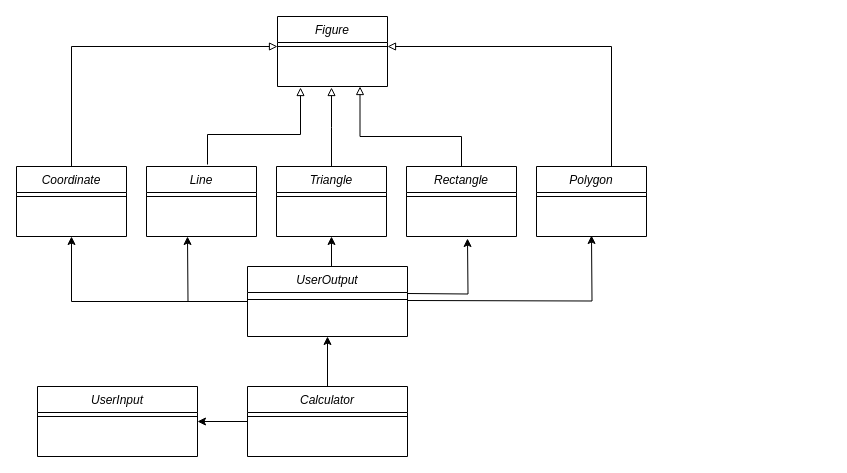
Earlier version of the draw.io diagram page "Page-2" (2 of 4) of Untitled Diagram.drawio (ikjo93/Class-Diagram). Source tidied: cells renumbered, new cells numbered last; positions are measured from the earlier drawing's top-left corner, leaving out a move shared by most shapes. Both pictures are drawn from the tidied source at 100%, with x=0, y=0 at pixel (16, 16).
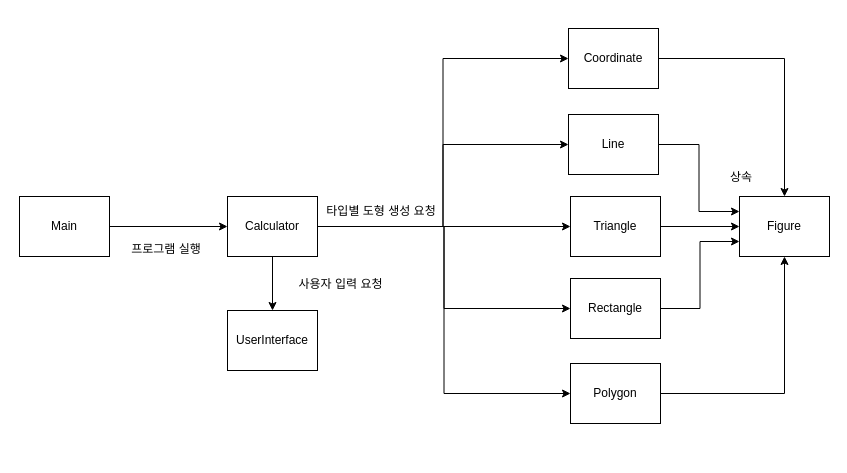
The same diagram, later.

Change to the diagram source:
```diff
@@
-    <mxCell id="2" style="edgeStyle=orthogonalEdgeStyle;rounded=0;jettySize=auto;html=1;entryX=1;entryY=0.5;entryDx=0;entryDy=0;" parent="1" edge="1" source="4" target="6">
-      <mxGeometry relative="1" as="geometry" />
-    </mxCell>
-    <mxCell id="3" style="edgeStyle=orthogonalEdgeStyle;rounded=0;jettySize=auto;html=1;entryX=0.5;entryY=1;entryDx=0;entryDy=0;" parent="1" edge="1" source="4" target="13">
-      <mxGeometry relative="1" as="geometry" />
-    </mxCell>
+    <mxCell id="32" style="edgeStyle=orthogonalEdgeStyle;rounded=0;jettySize=auto;html=1;" parent="1" edge="1" source="33" target="4">
+      <mxGeometry relative="1" as="geometry" />
+    </mxCell>
+    <mxCell id="33" value="Main" style="rounded=0;whiteSpace=wrap;html=1;" parent="1" vertex="1">
+      <mxGeometry x="3" y="180" width="90" height="60" as="geometry" />
+    </mxCell>
+    <mxCell id="34" style="edgeStyle=orthogonalEdgeStyle;rounded=0;jettySize=auto;html=1;" parent="1" edge="1" source="4" target="22">
+      <mxGeometry relative="1" as="geometry" />
+    </mxCell>
+    <mxCell id="35" style="edgeStyle=orthogonalEdgeStyle;rounded=0;jettySize=auto;html=1;" parent="1" edge="1" source="4" target="42">
+      <mxGeometry relative="1" as="geometry" />
+    </mxCell>
+    <mxCell id="36" style="edgeStyle=orthogonalEdgeStyle;rounded=0;jettySize=auto;html=1;entryX=0;entryY=0.5;entryDx=0;entryDy=0;" parent="1" edge="1" source="4" target="16">
+      <mxGeometry relative="1" as="geometry" />
+    </mxCell>
+    <mxCell id="37" style="edgeStyle=orthogonalEdgeStyle;rounded=0;jettySize=auto;html=1;entryX=0;entryY=0.5;entryDx=0;entryDy=0;" parent="1" edge="1" source="4" target="25">
+      <mxGeometry relative="1" as="geometry" />
+    </mxCell>
+    <mxCell id="38" style="edgeStyle=orthogonalEdgeStyle;rounded=0;jettySize=auto;html=1;entryX=0;entryY=0.5;entryDx=0;entryDy=0;" parent="1" edge="1" source="4" target="28">
+      <mxGeometry relative="1" as="geometry" />
+    </mxCell>
+    <mxCell id="39" style="edgeStyle=orthogonalEdgeStyle;rounded=0;jettySize=auto;html=1;entryX=0;entryY=0.5;entryDx=0;entryDy=0;" parent="1" edge="1" source="4" target="19">
+      <mxGeometry relative="1" as="geometry" />
+    </mxCell>
-    <mxCell id="4" value="Calculator" style="swimlane;fontStyle=2;align=center;verticalAlign=top;horizontal=1;startSize=26;rounded=0;shadow=0;strokeWidth=1;" parent="1" vertex="1">
-      <mxGeometry x="231" y="370" width="160" height="70" as="geometry" />
+    <mxCell id="4" value="Calculator" style="rounded=0;whiteSpace=wrap;html=1;" parent="1" vertex="1">
+      <mxGeometry x="211" y="180" width="90" height="60" as="geometry" />
     </mxCell>
-    <mxCell id="5" style="line;html=1;strokeWidth=1;align=left;verticalAlign=middle;spacingTop=-1;spacingLeft=3;spacingRight=3;labelPosition=right;" parent="4" vertex="1">
-      <mxGeometry y="26" width="160" height="8" as="geometry" />
-    </mxCell>
-    <mxCell id="6" value="UserInput" style="swimlane;fontStyle=2;align=center;verticalAlign=top;horizontal=1;startSize=26;rounded=0;shadow=0;strokeWidth=1;" parent="1" vertex="1">
-      <mxGeometry x="21" y="370" width="160" height="70" as="geometry" />
-    </mxCell>
-    <mxCell id="7" style="line;html=1;strokeWidth=1;align=left;verticalAlign=middle;spacingTop=-1;spacingLeft=3;spacingRight=3;labelPosition=right;" parent="6" vertex="1">
-      <mxGeometry y="26" width="160" height="8" as="geometry" />
-    </mxCell>
-    <mxCell id="8" style="edgeStyle=orthogonalEdgeStyle;rounded=0;jettySize=auto;html=1;exitX=0.5;exitY=0;exitDx=0;exitDy=0;entryX=0.5;entryY=1;entryDx=0;entryDy=0;" parent="1" edge="1" source="13" target="22">
-      <mxGeometry relative="1" as="geometry" />
-    </mxCell>
-    <mxCell id="9" style="edgeStyle=orthogonalEdgeStyle;rounded=0;jettySize=auto;html=1;endArrow=classic;endFill=1;" parent="1" edge="1" source="13">
-      <mxGeometry relative="1" as="geometry">
-        <mxPoint x="171" y="220" as="targetPoint" />
-      </mxGeometry>
-    </mxCell>
-    <mxCell id="10" style="edgeStyle=orthogonalEdgeStyle;rounded=0;orthogonalLoop=1;jettySize=auto;html=1;endArrow=classic;endFill=1;" parent="1" edge="1">
-      <mxGeometry relative="1" as="geometry">
-        <mxPoint x="391" y="277" as="sourcePoint" />
-        <mxPoint x="451" y="222" as="targetPoint" />
-      </mxGeometry>
-    </mxCell>
-    <mxCell id="11" style="edgeStyle=orthogonalEdgeStyle;rounded=0;orthogonalLoop=1;jettySize=auto;html=1;entryX=0.5;entryY=1;entryDx=0;entryDy=0;endArrow=classic;endFill=1;" parent="1" edge="1">
-      <mxGeometry relative="1" as="geometry">
-        <mxPoint x="391" y="284" as="sourcePoint" />
-        <mxPoint x="575" y="219" as="targetPoint" />
-      </mxGeometry>
-    </mxCell>
-    <mxCell id="12" style="edgeStyle=orthogonalEdgeStyle;rounded=0;jettySize=auto;html=1;entryX=0.5;entryY=1;entryDx=0;entryDy=0;endArrow=classic;endFill=1;" parent="1" edge="1" source="13" target="16">
-      <mxGeometry relative="1" as="geometry" />
-    </mxCell>
-    <mxCell id="13" value="UserOutput" style="swimlane;fontStyle=2;align=center;verticalAlign=top;horizontal=1;startSize=26;rounded=0;shadow=0;strokeWidth=1;" parent="1" vertex="1">
-      <mxGeometry x="231" y="250" width="160" height="70" as="geometry" />
-    </mxCell>
-    <mxCell id="14" style="line;html=1;strokeWidth=1;align=left;verticalAlign=middle;spacingTop=-1;spacingLeft=3;spacingRight=3;labelPosition=right;" parent="13" vertex="1">
-      <mxGeometry y="26" width="160" height="14" as="geometry" />
-    </mxCell>
-    <mxCell id="15" style="edgeStyle=orthogonalEdgeStyle;rounded=0;jettySize=auto;html=1;endArrow=block;endFill=0;entryX=0;entryY=0.5;entryDx=0;entryDy=0;entryPerimeter=0;" parent="1" edge="1" source="16" target="31">
-      <mxGeometry relative="1" as="geometry" />
-    </mxCell>
+    <mxCell id="40" style="edgeStyle=orthogonalEdgeStyle;rounded=0;jettySize=auto;html=1;" parent="1" edge="1" source="22" target="30">
+      <mxGeometry relative="1" as="geometry" />
+    </mxCell>
+    <mxCell id="22" value="Triangle" style="rounded=0;whiteSpace=wrap;html=1;" parent="1" vertex="1">
+      <mxGeometry x="554" y="180" width="90" height="60" as="geometry" />
+    </mxCell>
+    <mxCell id="41" value="프로그램 실행" style="text;html=1;strokeColor=none;fillColor=none;align=center;verticalAlign=middle;whiteSpace=wrap;rounded=0;" parent="1" vertex="1">
+      <mxGeometry x="109" y="218" width="82" height="30" as="geometry" />
+    </mxCell>
+    <mxCell id="42" value="UserInterface" style="rounded=0;whiteSpace=wrap;html=1;" parent="1" vertex="1">
+      <mxGeometry x="211" y="294" width="90" height="60" as="geometry" />
+    </mxCell>
+    <mxCell id="43" value="사용자 입력 요청" style="text;html=1;strokeColor=none;fillColor=none;align=center;verticalAlign=middle;whiteSpace=wrap;rounded=0;" parent="1" vertex="1">
+      <mxGeometry x="265" y="253" width="119" height="30" as="geometry" />
+    </mxCell>
+    <mxCell id="44" style="edgeStyle=orthogonalEdgeStyle;rounded=0;jettySize=auto;html=1;entryX=0;entryY=0.25;entryDx=0;entryDy=0;" parent="1" edge="1" source="19" target="30">
+      <mxGeometry relative="1" as="geometry" />
+    </mxCell>
+    <mxCell id="19" value="Line" style="rounded=0;whiteSpace=wrap;html=1;" parent="1" vertex="1">
+      <mxGeometry x="552" y="98" width="90" height="60" as="geometry" />
+    </mxCell>
+    <mxCell id="45" style="edgeStyle=orthogonalEdgeStyle;rounded=0;jettySize=auto;html=1;entryX=0.5;entryY=0;entryDx=0;entryDy=0;" parent="1" edge="1" source="16" target="30">
+      <mxGeometry relative="1" as="geometry" />
+    </mxCell>
-    <mxCell id="16" value="Coordinate" style="swimlane;fontStyle=2;align=center;verticalAlign=top;horizontal=1;startSize=26;rounded=0;shadow=0;strokeWidth=1;" parent="1" vertex="1">
-      <mxGeometry y="150" width="110" height="70" as="geometry" />
+    <mxCell id="16" value="Coordinate" style="rounded=0;whiteSpace=wrap;html=1;" parent="1" vertex="1">
+      <mxGeometry x="552" y="12" width="90" height="60" as="geometry" />
     </mxCell>
-    <mxCell id="17" style="line;html=1;strokeWidth=1;align=left;verticalAlign=middle;spacingTop=-1;spacingLeft=3;spacingRight=3;labelPosition=right;" parent="16" vertex="1">
-      <mxGeometry y="26" width="110" height="8" as="geometry" />
-    </mxCell>
-    <mxCell id="18" style="edgeStyle=orthogonalEdgeStyle;rounded=0;orthogonalLoop=1;jettySize=auto;html=1;endArrow=block;endFill=0;entryX=0;entryY=0.5;entryDx=0;entryDy=0;entryPerimeter=0;" parent="1" edge="1">
-      <mxGeometry relative="1" as="geometry">
-        <mxPoint x="191" y="148" as="sourcePoint" />
-        <mxPoint x="284" y="71" as="targetPoint" />
-        <Array as="points">
-          <mxPoint x="191" y="148" />
-          <mxPoint x="191" y="118" />
-          <mxPoint x="284" y="118" />
-        </Array>
-      </mxGeometry>
-    </mxCell>
-    <mxCell id="19" value="Line" style="swimlane;fontStyle=2;align=center;verticalAlign=top;horizontal=1;startSize=26;rounded=0;shadow=0;strokeWidth=1;" parent="1" vertex="1">
-      <mxGeometry x="130" y="150" width="110" height="70" as="geometry" />
-    </mxCell>
-    <mxCell id="20" style="line;html=1;strokeWidth=1;align=left;verticalAlign=middle;spacingTop=-1;spacingLeft=3;spacingRight=3;labelPosition=right;" parent="19" vertex="1">
-      <mxGeometry y="26" width="110" height="8" as="geometry" />
-    </mxCell>
-    <mxCell id="21" style="edgeStyle=orthogonalEdgeStyle;rounded=0;jettySize=auto;html=1;endArrow=block;endFill=0;exitX=0.5;exitY=0;exitDx=0;exitDy=0;" parent="1" edge="1" source="22">
-      <mxGeometry relative="1" as="geometry">
-        <mxPoint x="315" y="71" as="targetPoint" />
-      </mxGeometry>
-    </mxCell>
-    <mxCell id="22" value="Triangle" style="swimlane;fontStyle=2;align=center;verticalAlign=top;horizontal=1;startSize=26;rounded=0;shadow=0;strokeWidth=1;" parent="1" vertex="1">
-      <mxGeometry x="260" y="150" width="110" height="70" as="geometry" />
-    </mxCell>
-    <mxCell id="23" style="line;html=1;strokeWidth=1;align=left;verticalAlign=middle;spacingTop=-1;spacingLeft=3;spacingRight=3;labelPosition=right;" parent="22" vertex="1">
-      <mxGeometry y="26" width="110" height="8" as="geometry" />
-    </mxCell>
-    <mxCell id="24" style="edgeStyle=orthogonalEdgeStyle;rounded=0;jettySize=auto;html=1;endArrow=block;endFill=0;entryX=0.75;entryY=1;entryDx=0;entryDy=0;" parent="1" edge="1" source="25" target="30">
-      <mxGeometry relative="1" as="geometry">
-        <Array as="points">
-          <mxPoint x="445" y="120" />
-          <mxPoint x="343" y="120" />
-        </Array>
-      </mxGeometry>
+    <mxCell id="24" style="edgeStyle=orthogonalEdgeStyle;rounded=0;jettySize=auto;html=1;entryX=0;entryY=0.75;entryDx=0;entryDy=0;" parent="1" edge="1" source="25" target="30">
+      <mxGeometry relative="1" as="geometry" />
     </mxCell>
-    <mxCell id="25" value="Rectangle" style="swimlane;fontStyle=2;align=center;verticalAlign=top;horizontal=1;startSize=26;rounded=0;shadow=0;strokeWidth=1;" parent="1" vertex="1">
-      <mxGeometry x="390" y="150" width="110" height="70" as="geometry" />
+    <mxCell id="25" value="Rectangle" style="rounded=0;whiteSpace=wrap;html=1;" parent="1" vertex="1">
+      <mxGeometry x="554" y="262" width="90" height="60" as="geometry" />
     </mxCell>
-    <mxCell id="26" style="line;html=1;strokeWidth=1;align=left;verticalAlign=middle;spacingTop=-1;spacingLeft=3;spacingRight=3;labelPosition=right;" parent="25" vertex="1">
-      <mxGeometry y="26" width="110" height="8" as="geometry" />
-    </mxCell>
-    <mxCell id="27" style="edgeStyle=orthogonalEdgeStyle;rounded=0;jettySize=auto;html=1;endArrow=block;endFill=0;entryX=1;entryY=0.5;entryDx=0;entryDy=0;entryPerimeter=0;" parent="1" edge="1" target="31">
-      <mxGeometry relative="1" as="geometry">
-        <mxPoint x="595" y="150" as="sourcePoint" />
-        <Array as="points">
-          <mxPoint x="595" y="30" />
-        </Array>
-      </mxGeometry>
-    </mxCell>
+    <mxCell id="46" style="edgeStyle=orthogonalEdgeStyle;rounded=0;jettySize=auto;html=1;entryX=0.5;entryY=1;entryDx=0;entryDy=0;" parent="1" edge="1" source="28" target="30">
+      <mxGeometry relative="1" as="geometry" />
+    </mxCell>
-    <mxCell id="28" value="Polygon" style="swimlane;fontStyle=2;align=center;verticalAlign=top;horizontal=1;startSize=26;rounded=0;shadow=0;strokeWidth=1;" parent="1" vertex="1">
-      <mxGeometry x="520" y="150" width="110" height="70" as="geometry" />
+    <mxCell id="28" value="Polygon" style="rounded=0;whiteSpace=wrap;html=1;" parent="1" vertex="1">
+      <mxGeometry x="554" y="347" width="90" height="60" as="geometry" />
     </mxCell>
-    <mxCell id="29" style="line;html=1;strokeWidth=1;align=left;verticalAlign=middle;spacingTop=-1;spacingLeft=3;spacingRight=3;labelPosition=right;" parent="28" vertex="1">
-      <mxGeometry y="26" width="110" height="8" as="geometry" />
-    </mxCell>
-    <mxCell id="30" value="Figure" style="swimlane;fontStyle=2;align=center;verticalAlign=top;horizontal=1;startSize=26;rounded=0;shadow=0;strokeWidth=1;" parent="1" vertex="1">
-      <mxGeometry x="261" width="110" height="70" as="geometry" />
+    <mxCell id="30" value="Figure" style="rounded=0;whiteSpace=wrap;html=1;" parent="1" vertex="1">
+      <mxGeometry x="723" y="180" width="90" height="60" as="geometry" />
     </mxCell>
-    <mxCell id="31" style="line;html=1;strokeWidth=1;align=left;verticalAlign=middle;spacingTop=-1;spacingLeft=3;spacingRight=3;labelPosition=right;points=[];portConstraint=eastwest;" parent="30" vertex="1">
-      <mxGeometry y="26" width="110" height="8" as="geometry" />
-    </mxCell>
+    <mxCell id="47" value="타입별 도형 생성 요청" style="text;html=1;strokeColor=none;fillColor=none;align=center;verticalAlign=middle;whiteSpace=wrap;rounded=0;" parent="1" vertex="1">
+      <mxGeometry x="292" y="180" width="146" height="30" as="geometry" />
+    </mxCell>
+    <mxCell id="48" value="상속" style="text;html=1;strokeColor=none;fillColor=none;align=center;verticalAlign=middle;whiteSpace=wrap;rounded=0;" parent="1" vertex="1">
+      <mxGeometry x="695" y="146" width="60" height="30" as="geometry" />
+    </mxCell>
```
